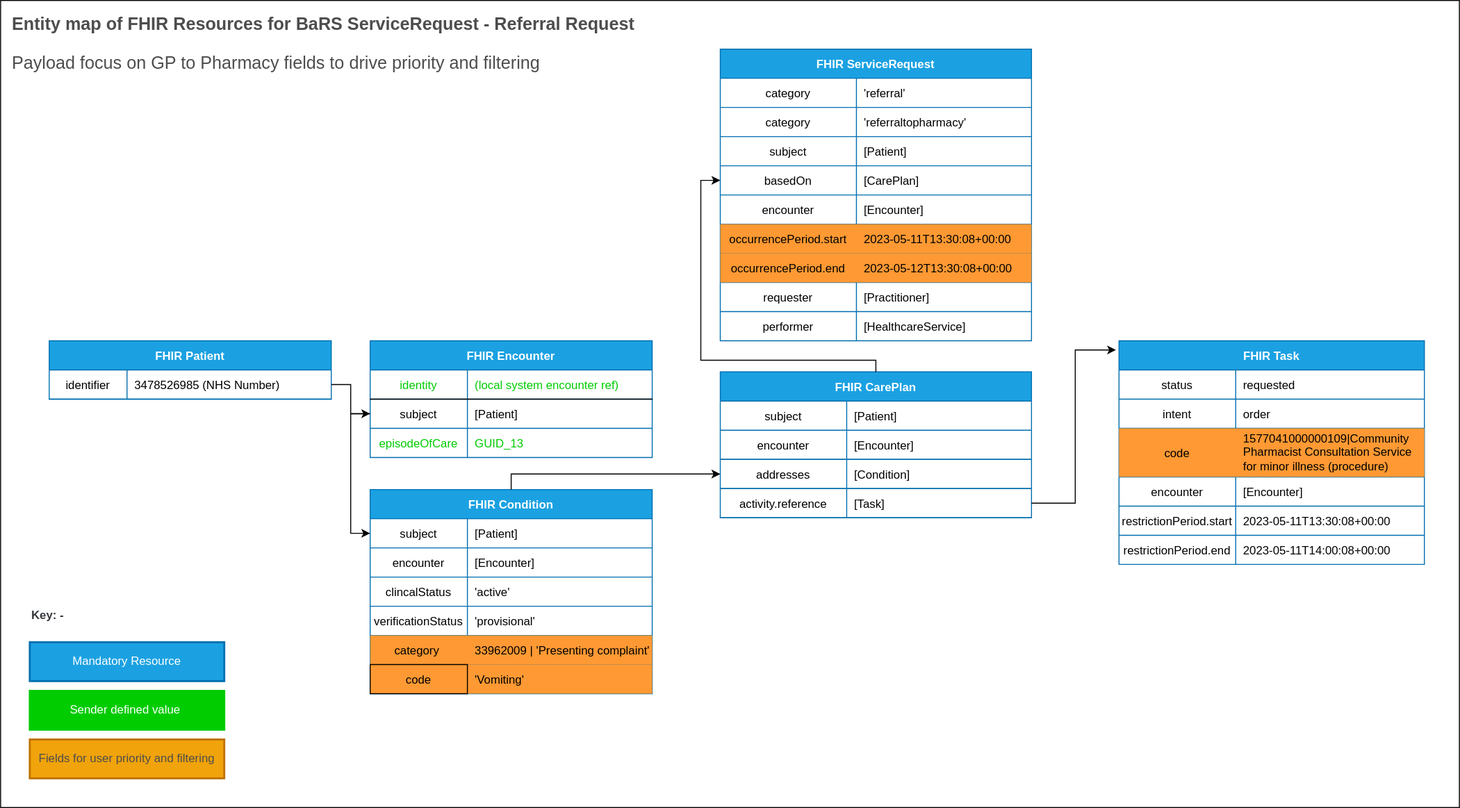
Before: BaRS-Images/EntityMaps/EntityMapGPPharmacyPayloadFocused-1.1.0.svg, a diagram exported from draw.io (NHSDigital/NHSDigital-FHIR-BookingAndReferrals). Source tidied: cells renumbered, new cells last; positions are measured from the earlier drawing's top-left corner, leaving out a move shared by most shapes.
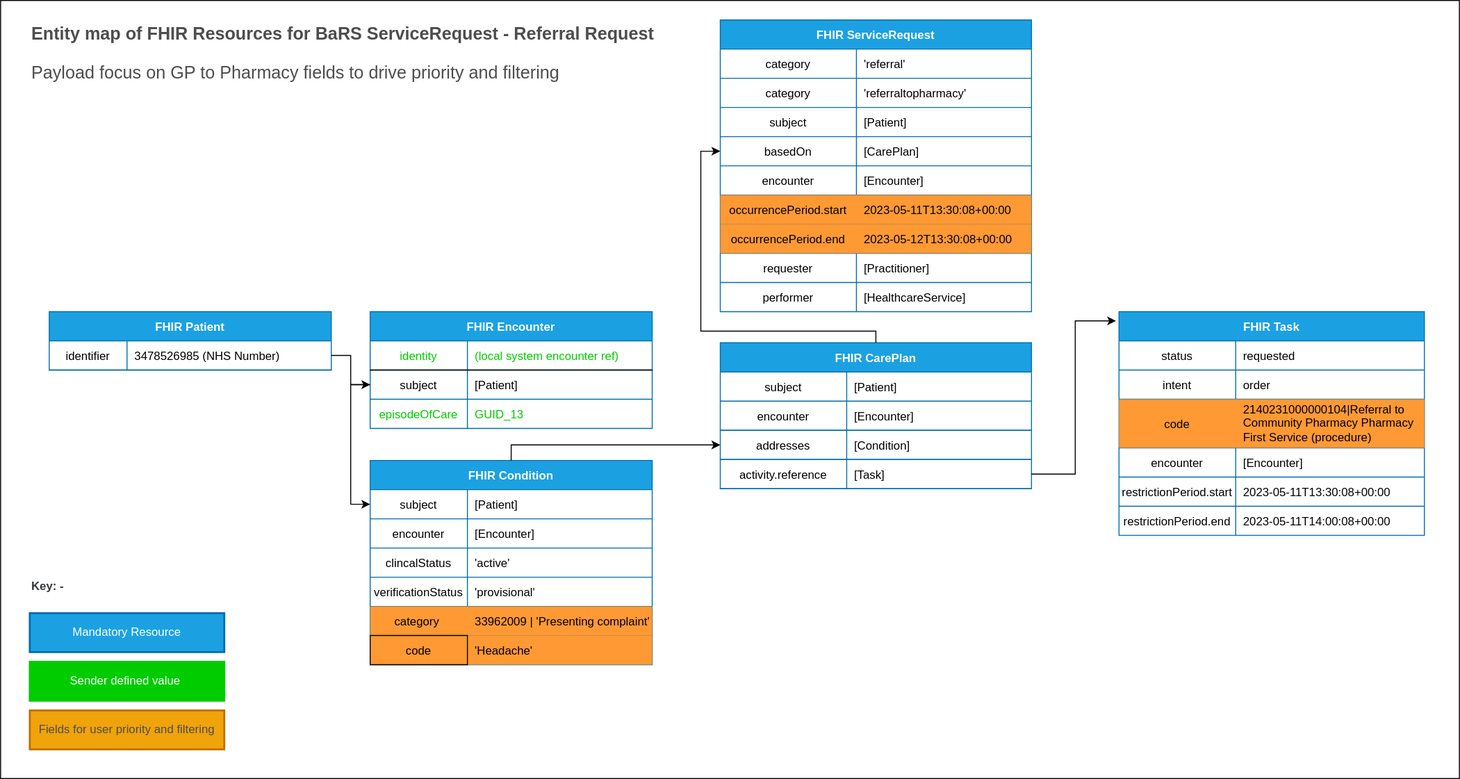
Later version of the same file.

Commit message:
App5 -Update SNOMED Code for Minor Illness

What changed in the source:
```diff
@@ -3,7 +3,7 @@
     <mxCell id="0" />
     <mxCell id="1" parent="0" />
     <mxCell id="2" style="rounded=0;whiteSpace=wrap;html=1;" parent="1" vertex="1">
-      <mxGeometry width="1500" height="830" as="geometry" />
+      <mxGeometry y="30" width="1500" height="800" as="geometry" />
     </mxCell>
     <mxCell id="3" value="FHIR ServiceRequest" style="shape=table;startSize=30;rowLines=1;fontStyle=1;align=center;fillColor=#1ba1e2;strokeColor=#006EAF;fontColor=#ffffff;" parent="1" vertex="1">
       <mxGeometry x="740" y="50" width="320" height="300" as="geometry" />
@@ -224,7 +224,7 @@
     <mxCell id="75" value="code" style="shape=partialRectangle;overflow=hidden;fillColor=none;top=1;left=1;bottom=1;right=1;strokeColor=inherit;" parent="74" vertex="1">
       <mxGeometry width="100" height="30" as="geometry" />
     </mxCell>
-    <mxCell id="76" value="'Vomiting' " style="shape=partialRectangle;overflow=hidden;fillColor=none;top=0;left=0;bottom=0;right=0;align=left;spacingLeft=6;strokeColor=#000000;" parent="74" vertex="1">
+    <mxCell id="76" value="'Headache' " style="shape=partialRectangle;overflow=hidden;fillColor=none;top=0;left=0;bottom=0;right=0;align=left;spacingLeft=6;strokeColor=#000000;" parent="74" vertex="1">
       <mxGeometry x="100" width="190" height="30" as="geometry" />
     </mxCell>
     <mxCell id="77" style="edgeStyle=orthogonalEdgeStyle;rounded=0;jettySize=auto;html=1;exitX=1;exitY=0.5;exitDx=0;exitDy=0;entryX=0;entryY=0.5;entryDx=0;entryDy=0;" parent="1" edge="1" source="32" target="39">
@@ -253,10 +253,10 @@
       <mxGeometry relative="1" as="geometry" />
     </mxCell>
     <mxCell id="82" value="&lt;b style=&quot;&quot;&gt;&lt;font color=&quot;#4d4d4d&quot; style=&quot;font-size: 18px;&quot;&gt;Entity map of FHIR Resources for BaRS ServiceRequest - Referral Request&lt;/font&gt;&lt;/b&gt;" style="text;html=1;strokeColor=none;fillColor=none;align=left;verticalAlign=middle;whiteSpace=wrap;rounded=0;fontColor=#FFFFFF;" parent="1" vertex="1">
-      <mxGeometry x="10" y="10" width="690" height="30" as="geometry" />
+      <mxGeometry x="30" y="50" width="690" height="30" as="geometry" />
     </mxCell>
     <mxCell id="83" value="&lt;font color=&quot;#4d4d4d&quot; style=&quot;font-size: 18px;&quot;&gt;Payload focus on GP to Pharmacy fields to drive priority and filtering&lt;/font&gt;" style="text;html=1;strokeColor=none;fillColor=none;align=left;verticalAlign=middle;whiteSpace=wrap;rounded=0;fontColor=#FFFFFF;" parent="1" vertex="1">
-      <mxGeometry x="10" y="50" width="690" height="30" as="geometry" />
+      <mxGeometry x="30" y="90" width="690" height="30" as="geometry" />
     </mxCell>
     <mxCell id="84" value="&lt;font color=&quot;#36393d&quot;&gt;&lt;b&gt;Key: -&amp;nbsp;&lt;br&gt;&lt;/b&gt;&lt;br&gt;&lt;/font&gt;" style="text;html=1;strokeColor=none;fillColor=none;align=left;verticalAlign=middle;whiteSpace=wrap;rounded=0;fontColor=#FFFFFF;" parent="1" vertex="1">
       <mxGeometry x="30" y="630" width="120" height="20" as="geometry" />
@@ -297,7 +297,7 @@
     <mxCell id="96" value="code" style="shape=partialRectangle;overflow=hidden;fillColor=none;top=0;left=0;bottom=0;right=0;" parent="95" vertex="1">
       <mxGeometry width="120" height="50" as="geometry" />
     </mxCell>
-    <mxCell id="97" value="1577041000000109|Community Pharmacist Consultation Service for minor illness (procedure)" style="shape=partialRectangle;overflow=hidden;fillColor=none;top=0;left=0;bottom=0;right=0;align=left;spacingLeft=6;whiteSpace=wrap;" parent="95" vertex="1">
+    <mxCell id="97" value="2140231000000104|Referral to Community Pharmacy Pharmacy First Service (procedure)" style="shape=partialRectangle;overflow=hidden;fillColor=none;top=0;left=0;bottom=0;right=0;align=left;spacingLeft=6;whiteSpace=wrap;" parent="95" vertex="1">
       <mxGeometry x="120" width="194" height="50" as="geometry" />
     </mxCell>
     <mxCell id="98" style="shape=partialRectangle;fillColor=none;top=0;left=0;right=0;bottom=0;" parent="88" vertex="1">
```
